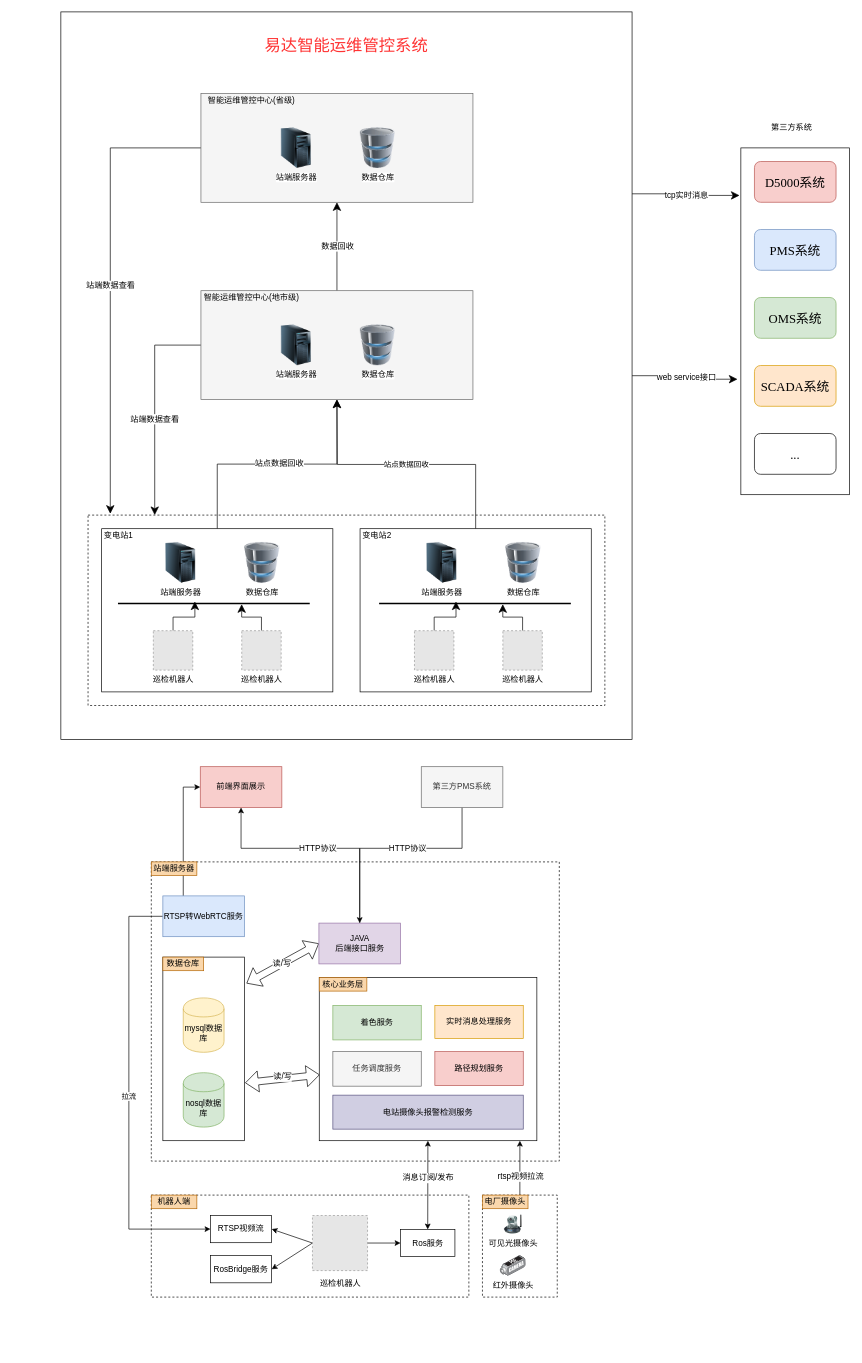
Earlier version of the draw.io diagram 未命名绘图.drawio (wangyufei0807/draw). Source tidied: cells renumbered, new cells numbered last; positions are measured from the earlier drawing's top-left corner, leaving out a move shared by most shapes. Both pictures are drawn from the tidied source at 68%, with x=0, y=0 at pixel (61, 12). Pictures stored in the file or linked from it are replaced by grey dashed boxes.
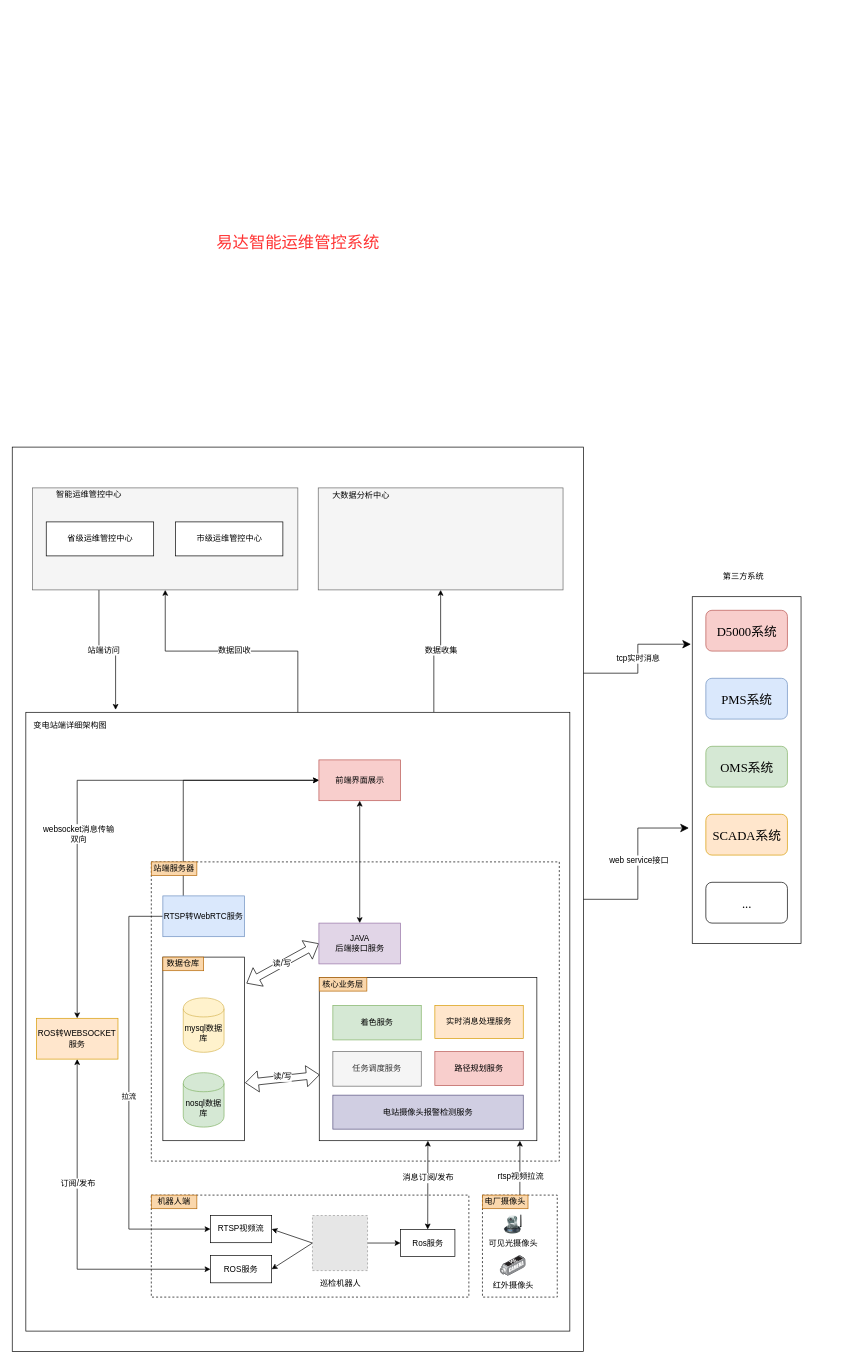
Above is the later version.

Commit message:
更新未命名绘图.drawio

Unchanged cells that the change refers to:
```xml
<mxCell id="59" value="JAVA&lt;br&gt;后端接口服务" style="rounded=0;whiteSpace=wrap;html=1;fontSize=12;fillColor=#e1d5e7;strokeColor=#9673a6;" parent="1" vertex="1">
  <mxGeometry x="379.5" y="1340" width="120" height="60" as="geometry" />
</mxCell>
```

Diff of the diagram source:
```diff
@@
+    <mxCell id="6" style="rounded=0;whiteSpace=wrap;html=1;" parent="1" vertex="1">
+      <mxGeometry x="-71.5" y="640" width="840" height="1330" as="geometry" />
+    </mxCell>
+    <mxCell id="93" style="edgeStyle=orthogonalEdgeStyle;rounded=0;jettySize=auto;html=1;exitX=0.75;exitY=0;exitDx=0;exitDy=0;startArrow=none;startFill=0;endArrow=classic;endFill=1;" parent="1" edge="1" source="95" target="107">
+      <mxGeometry relative="1" as="geometry" />
+    </mxCell>
+    <mxCell id="94" value="数据收集" style="text;html=1;align=center;verticalAlign=middle;labelBackgroundColor=#ffffff;" parent="93" vertex="1">
+      <mxGeometry x="0.07" relative="1" as="geometry" />
+    </mxCell>
+    <mxCell id="95" style="rounded=0;whiteSpace=wrap;html=1;" parent="1" vertex="1">
+      <mxGeometry x="-51.5" y="1030" width="800" height="910" as="geometry" />
+    </mxCell>
@@
-    <mxCell id="6" style="rounded=0;whiteSpace=wrap;html=1;" parent="1" vertex="1">
-      <mxGeometry width="840" height="1070" as="geometry" />
-    </mxCell>
-    <mxCell id="7" style="rounded=0;whiteSpace=wrap;html=1;dashed=1;" parent="1" vertex="1">
-      <mxGeometry x="40" y="740" width="760" height="280" as="geometry" />
-    </mxCell>
-    <mxCell id="8" style="edgeStyle=orthogonalEdgeStyle;rounded=0;jettySize=auto;html=1;exitX=0.5;exitY=0;exitDx=0;exitDy=0;endSize=10;targetPerimeterSpacing=0;" parent="1" edge="1" source="10" target="33">
-      <mxGeometry relative="1" as="geometry" />
-    </mxCell>
-    <mxCell id="9" value="站点数据回收" style="text;html=1;align=center;verticalAlign=middle;labelBackgroundColor=#ffffff;" parent="8" vertex="1">
-      <mxGeometry x="0.01" y="1" relative="1" as="geometry" />
-    </mxCell>
-    <mxCell id="10" style="rounded=0;whiteSpace=wrap;html=1;" parent="1" vertex="1">
-      <mxGeometry x="60" y="760" width="340" height="240" as="geometry" />
-    </mxCell>
-    <mxCell id="11" value="站点数据回收" style="edgeStyle=orthogonalEdgeStyle;rounded=0;jettySize=auto;html=1;exitX=0.5;exitY=0;exitDx=0;exitDy=0;endSize=10;targetPerimeterSpacing=0;" parent="1" edge="1" source="12">
-      <mxGeometry relative="1" as="geometry">
-        <mxPoint x="406" y="570" as="targetPoint" />
-      </mxGeometry>
-    </mxCell>
-    <mxCell id="12" style="rounded=0;whiteSpace=wrap;html=1;" parent="1" vertex="1">
-      <mxGeometry x="440" y="760" width="340" height="240" as="geometry" />
-    </mxCell>
-    <mxCell id="13" value="变电站1" style="text;html=1;strokeColor=none;fillColor=none;align=center;verticalAlign=middle;whiteSpace=wrap;rounded=0;" parent="1" vertex="1">
-      <mxGeometry x="60" y="760" width="50" height="20" as="geometry" />
-    </mxCell>
-    <mxCell id="14" value="变电站2" style="text;html=1;strokeColor=none;fillColor=none;align=center;verticalAlign=middle;whiteSpace=wrap;rounded=0;" parent="1" vertex="1">
-      <mxGeometry x="440" y="760" width="50" height="20" as="geometry" />
-    </mxCell>
-    <mxCell id="15" style="edgeStyle=orthogonalEdgeStyle;rounded=0;jettySize=auto;html=1;exitX=0.5;exitY=0;exitDx=0;exitDy=0;entryX=0.401;entryY=0.2;entryDx=0;entryDy=0;entryPerimeter=0;endSize=10;targetPerimeterSpacing=0;" parent="1" edge="1" source="16" target="19">
-      <mxGeometry relative="1" as="geometry" />
-    </mxCell>
-    <mxCell id="16" value="巡检机器人" style="fillColor=#E6E6E6;strokeColor=#999999;dashed=1;html=1;verticalAlign=top;verticalLabelPosition=bottom;labelBackgroundColor=#ffffff;" parent="1" vertex="1">
-      <mxGeometry x="136" y="910" width="58" height="58" as="geometry" />
-    </mxCell>
-    <mxCell id="17" style="edgeStyle=orthogonalEdgeStyle;rounded=0;jettySize=auto;html=1;exitX=0.5;exitY=0;exitDx=0;exitDy=0;entryX=0.645;entryY=0.6;entryDx=0;entryDy=0;entryPerimeter=0;endSize=10;targetPerimeterSpacing=0;" parent="1" edge="1" source="18" target="19">
-      <mxGeometry relative="1" as="geometry">
-        <Array as="points">
-          <mxPoint x="295" y="890" />
-          <mxPoint x="266" y="890" />
-        </Array>
-      </mxGeometry>
-    </mxCell>
-    <mxCell id="18" value="巡检机器人" style="fillColor=#E6E6E6;strokeColor=#999999;dashed=1;html=1;verticalAlign=top;verticalLabelPosition=bottom;labelBackgroundColor=#ffffff;" parent="1" vertex="1">
-      <mxGeometry x="266" y="910" width="58" height="58" as="geometry" />
-    </mxCell>
-    <mxCell id="19" style="line;strokeWidth=2;html=1;" parent="1" vertex="1">
-      <mxGeometry x="84" y="865" width="282" height="10" as="geometry" />
-    </mxCell>
-    <mxCell id="20" value="站端服务器" style="image;html=1;labelBackgroundColor=#ffffff;image=img/lib/clip_art/computers/Server_Tower_128x128.png;dashed=1;" parent="1" vertex="1">
-      <mxGeometry x="146" y="780" width="60" height="60" as="geometry" />
-    </mxCell>
-    <mxCell id="21" value="数据仓库" style="image;html=1;labelBackgroundColor=#ffffff;image=img/lib/clip_art/computers/Database_128x128.png;" parent="1" vertex="1">
-      <mxGeometry x="266" y="780" width="60" height="60" as="geometry" />
-    </mxCell>
-    <mxCell id="22" style="edgeStyle=orthogonalEdgeStyle;rounded=0;jettySize=auto;html=1;exitX=0.5;exitY=0;exitDx=0;exitDy=0;entryX=0.401;entryY=0.2;entryDx=0;entryDy=0;entryPerimeter=0;endSize=10;targetPerimeterSpacing=0;" parent="1" edge="1" source="23" target="26">
-      <mxGeometry relative="1" as="geometry" />
-    </mxCell>
-    <mxCell id="23" value="巡检机器人" style="fillColor=#E6E6E6;strokeColor=#999999;dashed=1;html=1;verticalAlign=top;verticalLabelPosition=bottom;labelBackgroundColor=#ffffff;" parent="1" vertex="1">
-      <mxGeometry x="520" y="910" width="58" height="58" as="geometry" />
-    </mxCell>
-    <mxCell id="24" style="edgeStyle=orthogonalEdgeStyle;rounded=0;jettySize=auto;html=1;exitX=0.5;exitY=0;exitDx=0;exitDy=0;entryX=0.645;entryY=0.6;entryDx=0;entryDy=0;entryPerimeter=0;endSize=10;targetPerimeterSpacing=0;" parent="1" edge="1" source="25" target="26">
-      <mxGeometry relative="1" as="geometry">
-        <Array as="points">
-          <mxPoint x="679" y="890" />
-          <mxPoint x="650" y="890" />
-        </Array>
-      </mxGeometry>
-    </mxCell>
-    <mxCell id="25" value="巡检机器人" style="fillColor=#E6E6E6;strokeColor=#999999;dashed=1;html=1;verticalAlign=top;verticalLabelPosition=bottom;labelBackgroundColor=#ffffff;" parent="1" vertex="1">
-      <mxGeometry x="650" y="910" width="58" height="58" as="geometry" />
-    </mxCell>
-    <mxCell id="26" style="line;strokeWidth=2;html=1;" parent="1" vertex="1">
-      <mxGeometry x="468" y="865" width="282" height="10" as="geometry" />
-    </mxCell>
-    <mxCell id="27" value="站端服务器" style="image;html=1;labelBackgroundColor=#ffffff;image=img/lib/clip_art/computers/Server_Tower_128x128.png;dashed=1;" parent="1" vertex="1">
-      <mxGeometry x="530" y="780" width="60" height="60" as="geometry" />
-    </mxCell>
-    <mxCell id="28" value="数据仓库" style="image;html=1;labelBackgroundColor=#ffffff;image=img/lib/clip_art/computers/Database_128x128.png;" parent="1" vertex="1">
-      <mxGeometry x="650" y="780" width="60" height="60" as="geometry" />
-    </mxCell>
-    <mxCell id="29" style="edgeStyle=orthogonalEdgeStyle;rounded=0;jettySize=auto;html=1;exitX=0.5;exitY=0;exitDx=0;exitDy=0;entryX=0.5;entryY=1;entryDx=0;entryDy=0;endSize=10;targetPerimeterSpacing=0;" parent="1" edge="1" source="33" target="38">
-      <mxGeometry relative="1" as="geometry" />
-    </mxCell>
+    <mxCell id="96" style="edgeStyle=orthogonalEdgeStyle;rounded=0;jettySize=auto;html=1;exitX=0.5;exitY=1;exitDx=0;exitDy=0;entryX=0.5;entryY=0;entryDx=0;entryDy=0;startArrow=classic;startFill=1;endArrow=none;endFill=0;" parent="1" edge="1" source="33" target="95">
+      <mxGeometry relative="1" as="geometry" />
+    </mxCell>
-    <mxCell id="30" value="数据回收" style="text;html=1;align=center;verticalAlign=middle;labelBackgroundColor=#ffffff;" parent="29" vertex="1">
-      <mxGeometry x="0.02" relative="1" as="geometry" />
+    <mxCell id="30" value="数据回收" style="text;html=1;align=center;verticalAlign=middle;labelBackgroundColor=#ffffff;" parent="96" vertex="1">
+      <mxGeometry x="0.02" y="2" relative="1" as="geometry" />
     </mxCell>
-    <mxCell id="31" style="edgeStyle=orthogonalEdgeStyle;rounded=0;jettySize=auto;html=1;exitX=0;exitY=0.5;exitDx=0;exitDy=0;entryX=0.129;entryY=0;entryDx=0;entryDy=0;entryPerimeter=0;endSize=10;targetPerimeterSpacing=0;fontSize=12;fontColor=#000000;" parent="1" edge="1" source="33" target="7">
-      <mxGeometry relative="1" as="geometry">
-        <Array as="points">
-          <mxPoint x="138" y="490" />
-        </Array>
-      </mxGeometry>
-    </mxCell>
-    <mxCell id="32" value="站端数据查看" style="text;html=1;align=center;verticalAlign=middle;labelBackgroundColor=#ffffff;fontSize=12;fontColor=#000000;" parent="31" vertex="1">
-      <mxGeometry x="0.11" y="-1" relative="1" as="geometry" />
-    </mxCell>
+    <mxCell id="97" style="edgeStyle=orthogonalEdgeStyle;rounded=0;jettySize=auto;html=1;exitX=0.25;exitY=1;exitDx=0;exitDy=0;entryX=0.165;entryY=-0.004;entryDx=0;entryDy=0;entryPerimeter=0;startArrow=none;startFill=0;endArrow=classic;endFill=1;" parent="1" edge="1" source="33" target="95">
+      <mxGeometry relative="1" as="geometry" />
+    </mxCell>
+    <mxCell id="98" value="站端访问" style="text;html=1;align=center;verticalAlign=middle;labelBackgroundColor=#ffffff;" parent="97" vertex="1">
+      <mxGeometry x="-0.12" y="6" relative="1" as="geometry" />
+    </mxCell>
     <mxCell id="33" style="rounded=0;whiteSpace=wrap;html=1;fillColor=#f5f5f5;strokeColor=#666666;fontColor=#333333;" parent="1" vertex="1">
-      <mxGeometry x="206" y="410" width="400" height="160" as="geometry" />
+      <mxGeometry x="-41.5" y="700" width="390" height="150" as="geometry" />
     </mxCell>
-    <mxCell id="34" value="智能运维管控中心(地市级)" style="text;html=1;strokeColor=none;fillColor=none;align=center;verticalAlign=middle;whiteSpace=wrap;rounded=0;" parent="1" vertex="1">
-      <mxGeometry x="205" y="410" width="151" height="20" as="geometry" />
+    <mxCell id="34" value="智能运维管控中心" style="text;html=1;strokeColor=none;fillColor=none;align=center;verticalAlign=middle;whiteSpace=wrap;rounded=0;" parent="1" vertex="1">
+      <mxGeometry x="-21.5" y="700" width="125" height="20" as="geometry" />
     </mxCell>
-    <mxCell id="35" value="站端服务器" style="image;html=1;labelBackgroundColor=#ffffff;image=img/lib/clip_art/computers/Server_Tower_128x128.png;dashed=1;" parent="1" vertex="1">
-      <mxGeometry x="316" y="460" width="60" height="60" as="geometry" />
-    </mxCell>
-    <mxCell id="36" value="数据仓库" style="image;html=1;labelBackgroundColor=#ffffff;image=img/lib/clip_art/computers/Database_128x128.png;" parent="1" vertex="1">
-      <mxGeometry x="436" y="460" width="60" height="60" as="geometry" />
-    </mxCell>
-    <mxCell id="37" value="站端数据查看" style="edgeStyle=orthogonalEdgeStyle;rounded=0;jettySize=auto;html=1;exitX=0;exitY=0.5;exitDx=0;exitDy=0;entryX=0.043;entryY=-0.007;entryDx=0;entryDy=0;entryPerimeter=0;endSize=10;targetPerimeterSpacing=0;fontSize=12;fontColor=#000000;" parent="1" edge="1" source="38" target="7">
-      <mxGeometry relative="1" as="geometry">
-        <Array as="points">
-          <mxPoint x="73" y="200" />
-        </Array>
-      </mxGeometry>
-    </mxCell>
-    <mxCell id="38" style="rounded=0;whiteSpace=wrap;html=1;fillColor=#f5f5f5;strokeColor=#666666;fontColor=#333333;" parent="1" vertex="1">
-      <mxGeometry x="206" y="120" width="400" height="160" as="geometry" />
-    </mxCell>
-    <mxCell id="39" value="智能运维管控中心(省级)" style="text;html=1;strokeColor=none;fillColor=none;align=center;verticalAlign=middle;whiteSpace=wrap;rounded=0;" parent="1" vertex="1">
-      <mxGeometry x="205" y="120" width="151" height="20" as="geometry" />
-    </mxCell>
-    <mxCell id="40" value="站端服务器" style="image;html=1;labelBackgroundColor=#ffffff;image=img/lib/clip_art/computers/Server_Tower_128x128.png;dashed=1;" parent="1" vertex="1">
-      <mxGeometry x="316" y="170" width="60" height="60" as="geometry" />
-    </mxCell>
-    <mxCell id="41" value="数据仓库" style="image;html=1;labelBackgroundColor=#ffffff;image=img/lib/clip_art/computers/Database_128x128.png;" parent="1" vertex="1">
-      <mxGeometry x="436" y="170" width="60" height="60" as="geometry" />
-    </mxCell>
     <mxCell id="42" value="易达智能运维管控系统" style="text;html=1;strokeColor=none;fillColor=none;align=center;verticalAlign=middle;whiteSpace=wrap;rounded=0;fontSize=24;fontColor=#FF3333;" parent="1" vertex="1">
-      <mxGeometry x="285" y="30" width="270" height="40" as="geometry" />
+      <mxGeometry x="213.5" y="320" width="270" height="40" as="geometry" />
     </mxCell>
     <mxCell id="43" style="rounded=0;whiteSpace=wrap;html=1;fontSize=24;fontColor=#FF3333;" parent="1" vertex="1">
-      <mxGeometry x="1000" y="200" width="160" height="510" as="geometry" />
+      <mxGeometry x="928.5" y="860" width="160" height="510" as="geometry" />
     </mxCell>
     <mxCell id="44" value="&lt;span lang=&quot;EN-US&quot; style=&quot;color: rgb(0 , 0 , 0) ; white-space: normal ; font-size: 14pt ; font-family: &amp;#34;tim&amp;#34; , serif&quot;&gt;D5000系统&lt;/span&gt;&lt;span style=&quot;color: rgb(0 , 0 , 0) ; font-size: medium ; white-space: normal&quot;&gt;&lt;/span&gt;" style="rounded=1;whiteSpace=wrap;html=1;fontSize=24;fillColor=#f8cecc;strokeColor=#b85450;" parent="1" vertex="1">
-      <mxGeometry x="1020" y="220" width="120" height="60" as="geometry" />
+      <mxGeometry x="948.5" y="880" width="120" height="60" as="geometry" />
     </mxCell>
     <mxCell id="45" value="&lt;span lang=&quot;EN-US&quot; style=&quot;color: rgb(0 , 0 , 0) ; white-space: normal ; font-size: 14pt ; font-family: &amp;#34;tim&amp;#34; , serif&quot;&gt;&lt;span lang=&quot;EN-US&quot; style=&quot;font-size: 14pt&quot;&gt;PMS&lt;/span&gt;&lt;span style=&quot;font-size: medium&quot;&gt;&lt;/span&gt;系统&lt;/span&gt;&lt;span style=&quot;color: rgb(0 , 0 , 0) ; font-size: medium ; white-space: normal&quot;&gt;&lt;/span&gt;" style="rounded=1;whiteSpace=wrap;html=1;fontSize=24;fillColor=#dae8fc;strokeColor=#6c8ebf;" parent="1" vertex="1">
-      <mxGeometry x="1020" y="320" width="120" height="60" as="geometry" />
+      <mxGeometry x="948.5" y="980" width="120" height="60" as="geometry" />
     </mxCell>
     <mxCell id="46" value="&lt;span lang=&quot;EN-US&quot; style=&quot;color: rgb(0 , 0 , 0) ; white-space: normal ; font-size: 14pt ; font-family: &amp;#34;tim&amp;#34; , serif&quot;&gt;&lt;span lang=&quot;EN-US&quot; style=&quot;font-size: 14pt&quot;&gt;OMS&lt;/span&gt;&lt;span style=&quot;font-size: medium&quot;&gt;&lt;/span&gt;系统&lt;/span&gt;&lt;span style=&quot;color: rgb(0 , 0 , 0) ; font-size: medium ; white-space: normal&quot;&gt;&lt;/span&gt;" style="rounded=1;whiteSpace=wrap;html=1;fontSize=24;fillColor=#d5e8d4;strokeColor=#82b366;" parent="1" vertex="1">
-      <mxGeometry x="1020" y="420" width="120" height="60" as="geometry" />
+      <mxGeometry x="948.5" y="1080" width="120" height="60" as="geometry" />
     </mxCell>
     <mxCell id="47" value="&lt;span lang=&quot;EN-US&quot; style=&quot;color: rgb(0 , 0 , 0) ; white-space: normal ; font-size: 14pt ; font-family: &amp;#34;tim&amp;#34; , serif&quot;&gt;&lt;span lang=&quot;EN-US&quot; style=&quot;font-size: 14pt&quot;&gt;SCADA&lt;/span&gt;&lt;span style=&quot;font-size: medium&quot;&gt;&lt;/span&gt;系统&lt;/span&gt;&lt;span style=&quot;color: rgb(0 , 0 , 0) ; font-size: medium ; white-space: normal&quot;&gt;&lt;/span&gt;" style="rounded=1;whiteSpace=wrap;html=1;fontSize=24;fillColor=#ffe6cc;strokeColor=#d79b00;" parent="1" vertex="1">
-      <mxGeometry x="1020" y="520" width="120" height="60" as="geometry" />
+      <mxGeometry x="948.5" y="1180" width="120" height="60" as="geometry" />
     </mxCell>
     <mxCell id="48" value="&lt;font color=&quot;#000000&quot; face=&quot;tim, serif&quot;&gt;&lt;span style=&quot;font-size: 18.6667px&quot;&gt;...&lt;/span&gt;&lt;/font&gt;" style="rounded=1;whiteSpace=wrap;html=1;fontSize=24;fontColor=#FF3333;" parent="1" vertex="1">
-      <mxGeometry x="1020" y="620" width="120" height="60" as="geometry" />
+      <mxGeometry x="948.5" y="1280" width="120" height="60" as="geometry" />
     </mxCell>
     <mxCell id="49" value="第三方系统" style="text;html=1;strokeColor=none;fillColor=none;align=center;verticalAlign=middle;whiteSpace=wrap;rounded=0;fontSize=12;fontColor=#000000;" parent="1" vertex="1">
-      <mxGeometry x="1010" y="160" width="130" height="20" as="geometry" />
+      <mxGeometry x="938.5" y="820" width="130" height="20" as="geometry" />
     </mxCell>
@@
-    <mxCell id="56" value="HTTP协议" style="edgeStyle=orthogonalEdgeStyle;rounded=0;jettySize=auto;html=1;exitX=0.5;exitY=0;exitDx=0;exitDy=0;fontSize=12;" parent="1" edge="1" source="59" target="60">
-      <mxGeometry relative="1" as="geometry">
-        <Array as="points">
-          <mxPoint x="439" y="1230" />
-          <mxPoint x="265" y="1230" />
-        </Array>
-      </mxGeometry>
-    </mxCell>
@@
+    <mxCell id="56" style="edgeStyle=orthogonalEdgeStyle;rounded=0;jettySize=auto;html=1;exitX=0.5;exitY=0;exitDx=0;exitDy=0;entryX=0.5;entryY=1;entryDx=0;entryDy=0;startArrow=classic;startFill=1;" parent="1" edge="1" source="59" target="60">
+      <mxGeometry relative="1" as="geometry" />
+    </mxCell>
@@
     <mxCell id="60" value="前端界面展示" style="rounded=0;whiteSpace=wrap;html=1;fontSize=12;fillColor=#f8cecc;strokeColor=#b85450;" parent="1" vertex="1">
-      <mxGeometry x="205" y="1110" width="120" height="60" as="geometry" />
+      <mxGeometry x="379.5" y="1100" width="120" height="60" as="geometry" />
     </mxCell>
@@
+    <mxCell id="99" style="edgeStyle=orthogonalEdgeStyle;rounded=0;jettySize=auto;html=1;exitX=0;exitY=0.5;exitDx=0;exitDy=0;startArrow=classic;startFill=1;" parent="1" edge="1" source="64" target="103">
+      <mxGeometry relative="1" as="geometry" />
+    </mxCell>
+    <mxCell id="100" value="订阅/发布" style="text;html=1;align=center;verticalAlign=middle;labelBackgroundColor=#ffffff;" parent="99" vertex="1">
+      <mxGeometry x="0.28" relative="1" as="geometry" />
+    </mxCell>
-    <mxCell id="64" value="RosBridge服务" style="rounded=0;whiteSpace=wrap;html=1;" parent="1" vertex="1">
+    <mxCell id="64" value="ROS服务" style="rounded=0;whiteSpace=wrap;html=1;" parent="1" vertex="1">
       <mxGeometry x="220" y="1829" width="90" height="40" as="geometry" />
     </mxCell>
@@
-    <mxCell id="72" style="edgeStyle=orthogonalEdgeStyle;rounded=0;jettySize=auto;html=1;exitX=0.5;exitY=1;exitDx=0;exitDy=0;entryX=0.5;entryY=0;entryDx=0;entryDy=0;" parent="1" edge="1" source="74" target="59">
-      <mxGeometry relative="1" as="geometry">
-        <Array as="points">
-          <mxPoint x="590" y="1230" />
-          <mxPoint x="439" y="1230" />
-        </Array>
-      </mxGeometry>
-    </mxCell>
-    <mxCell id="73" value="HTTP协议" style="text;html=1;align=center;verticalAlign=middle;labelBackgroundColor=#ffffff;" parent="72" vertex="1">
-      <mxGeometry x="-0.62" y="-1" relative="1" as="geometry">
-        <mxPoint x="-79.2" y="1" as="offset" />
-      </mxGeometry>
-    </mxCell>
-    <mxCell id="74" value="第三方PMS系统" style="rounded=0;whiteSpace=wrap;html=1;fillColor=#f5f5f5;strokeColor=#666666;fontColor=#333333;" parent="1" vertex="1">
-      <mxGeometry x="530" y="1110" width="120" height="60" as="geometry" />
-    </mxCell>
@@
+    <mxCell id="101" style="edgeStyle=orthogonalEdgeStyle;rounded=0;jettySize=auto;html=1;exitX=0.5;exitY=0;exitDx=0;exitDy=0;entryX=0;entryY=0.5;entryDx=0;entryDy=0;startArrow=classic;startFill=1;" parent="1" edge="1" source="103" target="60">
+      <mxGeometry relative="1" as="geometry" />
+    </mxCell>
+    <mxCell id="102" value="websocket消息传输&lt;br&gt;双向" style="text;html=1;align=center;verticalAlign=middle;labelBackgroundColor=#ffffff;" parent="101" vertex="1">
+      <mxGeometry x="-0.23" y="-1" relative="1" as="geometry" />
+    </mxCell>
+    <mxCell id="103" value="ROS转WEBSOCKET服务" style="rounded=0;whiteSpace=wrap;html=1;fillColor=#ffe6cc;strokeColor=#d79b00;" parent="1" vertex="1">
+      <mxGeometry x="-36" y="1480" width="120" height="60" as="geometry" />
+    </mxCell>
+    <mxCell id="104" value="变电站端详细架构图" style="text;html=1;strokeColor=none;fillColor=none;align=center;verticalAlign=middle;whiteSpace=wrap;rounded=0;" parent="1" vertex="1">
+      <mxGeometry x="-51.5" y="1040" width="130" height="20" as="geometry" />
+    </mxCell>
+    <mxCell id="105" value="省级运维管控中心" style="rounded=0;whiteSpace=wrap;html=1;" parent="1" vertex="1">
+      <mxGeometry x="-21.5" y="750" width="158" height="50" as="geometry" />
+    </mxCell>
+    <mxCell id="106" value="市级运维管控中心" style="rounded=0;whiteSpace=wrap;html=1;" parent="1" vertex="1">
+      <mxGeometry x="168.5" y="750" width="158" height="50" as="geometry" />
+    </mxCell>
+    <mxCell id="107" style="rounded=0;whiteSpace=wrap;html=1;fillColor=#f5f5f5;strokeColor=#666666;fontColor=#333333;" parent="1" vertex="1">
+      <mxGeometry x="378.5" y="700" width="360" height="150" as="geometry" />
+    </mxCell>
+    <mxCell id="108" value="大数据分析中心" style="text;html=1;strokeColor=none;fillColor=none;align=center;verticalAlign=middle;whiteSpace=wrap;rounded=0;" parent="1" vertex="1">
+      <mxGeometry x="378.5" y="702" width="125" height="20" as="geometry" />
+    </mxCell>
```
